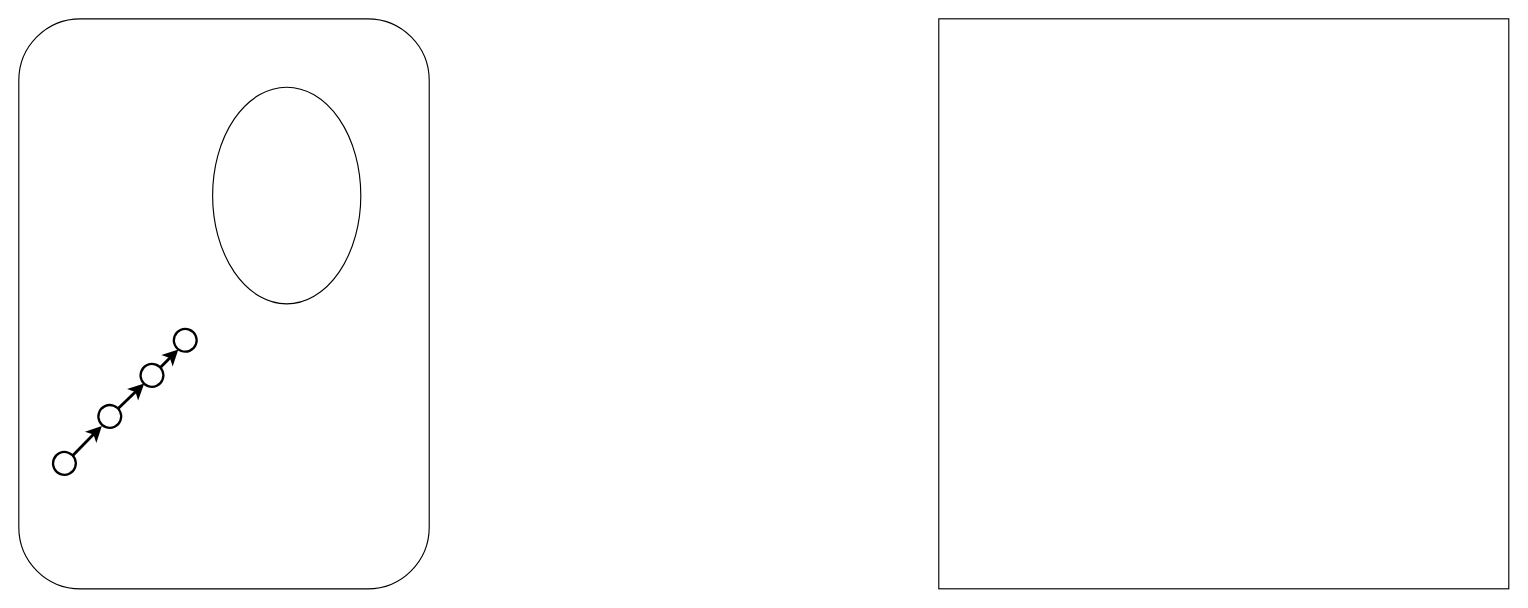
Before: assets/未命名绘图.drawio in stellaHSR/AppEvalPilot, a draw.io diagram. Source tidied: cells renumbered, new cells numbered last; positions are measured from the earlier drawing's top-left corner, leaving out a move shared by most shapes. Both pictures are drawn from the tidied source at 114%, with x=0, y=0 at pixel (18, 18).
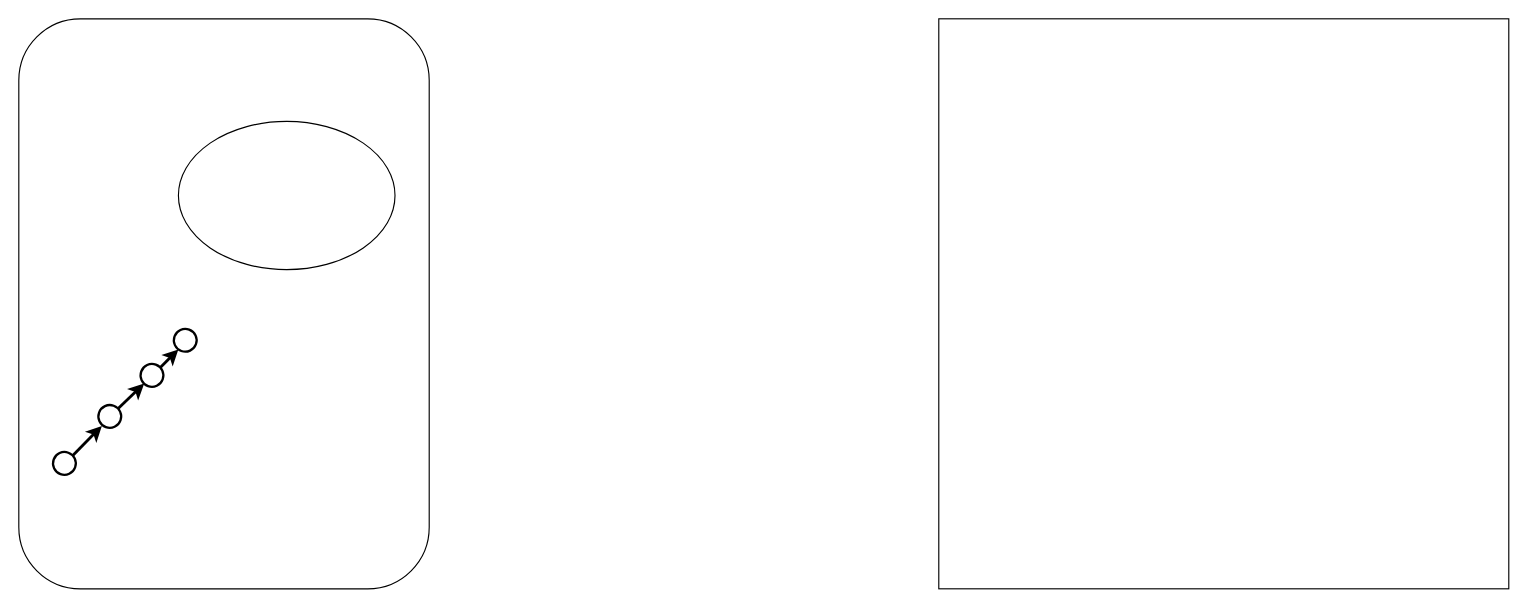
Above is the later version.

Commit message:
更新未命名绘图.drawio

Change to the diagram source:
```diff
@@
 <mxGraphModel>
   <root>
     <mxCell id="0" />
     <mxCell id="1" parent="0" />
     <mxCell id="2" style="rounded=1;whiteSpace=wrap;html=1;" parent="1" vertex="1">
       <mxGeometry width="360" height="500" as="geometry" />
     </mxCell>
     <mxCell id="3" style="whiteSpace=wrap;html=1;" parent="1" vertex="1">
       <mxGeometry x="807" width="500" height="500" as="geometry" />
     </mxCell>
     <mxCell id="4" style="group;" parent="1" vertex="1">
       <mxGeometry x="27.2" y="377.2" width="25.6" height="25.6" as="geometry" />
     </mxCell>
     <mxCell id="5" style="ellipse;whiteSpace=wrap;html=1;strokeWidth=2;rotation=20;" parent="4" vertex="1">
       <mxGeometry x="2.8" y="2.8" width="20" height="20" as="geometry" />
     </mxCell>
     <mxCell id="6" style="endArrow=classic;html=1;rounded=0;entryX=0;entryY=1;entryDx=0;entryDy=0;exitX=0.719;exitY=0.058;exitDx=0;exitDy=0;exitPerimeter=0;strokeWidth=2.5;" parent="4" edge="1" source="5">
       <mxGeometry relative="1" as="geometry">
         <mxPoint x="45.7" y="-20.1" as="targetPoint" />
       </mxGeometry>
     </mxCell>
     <mxCell id="7" style="ellipse;whiteSpace=wrap;html=1;strokeWidth=2;rotation=20;" parent="1" vertex="1">
       <mxGeometry x="69.8" y="338.8" width="20" height="20" as="geometry" />
     </mxCell>
     <mxCell id="8" style="endArrow=classic;html=1;rounded=0;exitX=0.719;exitY=0.058;exitDx=0;exitDy=0;exitPerimeter=0;strokeWidth=2.5;" parent="1" edge="1" source="7">
       <mxGeometry relative="1" as="geometry">
         <mxPoint x="110" y="320" as="targetPoint" />
       </mxGeometry>
     </mxCell>
     <mxCell id="9" style="ellipse;whiteSpace=wrap;html=1;strokeWidth=2;rotation=20;" parent="1" vertex="1">
       <mxGeometry x="106.8" y="302.8" width="20" height="20" as="geometry" />
     </mxCell>
     <mxCell id="10" style="endArrow=classic;html=1;rounded=0;exitX=0.719;exitY=0.058;exitDx=0;exitDy=0;exitPerimeter=0;strokeWidth=2.5;" parent="1" edge="1" source="9">
       <mxGeometry relative="1" as="geometry">
         <mxPoint x="140" y="290" as="targetPoint" />
       </mxGeometry>
     </mxCell>
     <mxCell id="11" style="ellipse;whiteSpace=wrap;html=1;strokeWidth=2;rotation=20;" parent="1" vertex="1">
       <mxGeometry x="136" y="272" width="20" height="20" as="geometry" />
     </mxCell>
-    <mxCell id="12" style="ellipse;whiteSpace=wrap;html=1;" parent="1" vertex="1">
-      <mxGeometry x="170" y="60" width="130" height="190" as="geometry" />
+    <mxCell id="12" style="ellipse;whiteSpace=wrap;html=1;direction=south;" parent="1" vertex="1">
+      <mxGeometry x="140" y="90" width="190" height="130" as="geometry" />
     </mxCell>
   </root>
 </mxGraphModel>
```
